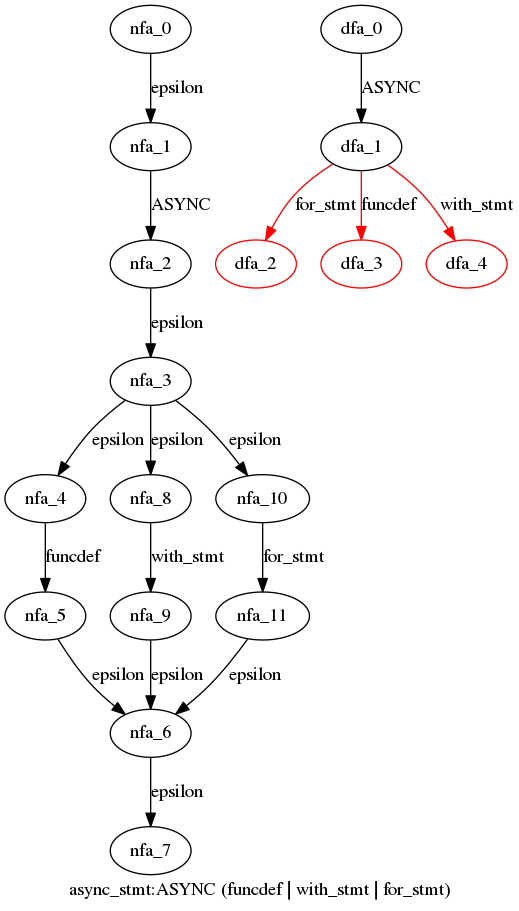
Before: cpython/grammar/handwrite/nfa_dfas/40.async_stmt.dot.png, a diagram exported from Graphviz (WinChua/blog). Its source is kept beside it as cpython/grammar/handwrite/nfa_dfas/40.async_stmt.dot. Its diagram source:
```dot
digraph async_stmt {
 graph[label="async_stmt:ASYNC (funcdef | with_stmt | for_stmt)"]
 subgraph async_stmt_nfa {
  nfa_0->nfa_1[label="epsilon"]
  nfa_1->nfa_2[label="ASYNC"]
  nfa_2->nfa_3[label="epsilon"]
  nfa_3->nfa_4[label="epsilon"]
  nfa_4->nfa_5[label="funcdef"]
  nfa_5->nfa_6[label="epsilon"]
  nfa_6->nfa_7[label="epsilon"]
  nfa_3->nfa_8[label="epsilon"]
  nfa_8->nfa_9[label="with_stmt"]
  nfa_9->nfa_6[label="epsilon"]
  nfa_3->nfa_10[label="epsilon"]
  nfa_10->nfa_11[label="for_stmt"]
  nfa_11->nfa_6[label="epsilon"]
  }
 subgraph async_stmt_dfa {
  dfa_0->dfa_1[label="ASYNC"]
  dfa_1->dfa_2[label="for_stmt",color=red]
  dfa_1->dfa_3[label="funcdef",color=red]
  dfa_1->dfa_4[label="with_stmt",color=red]
  dfa_2[color=red]
  dfa_3[color=red]
  dfa_4[color=red]
  }
}
```
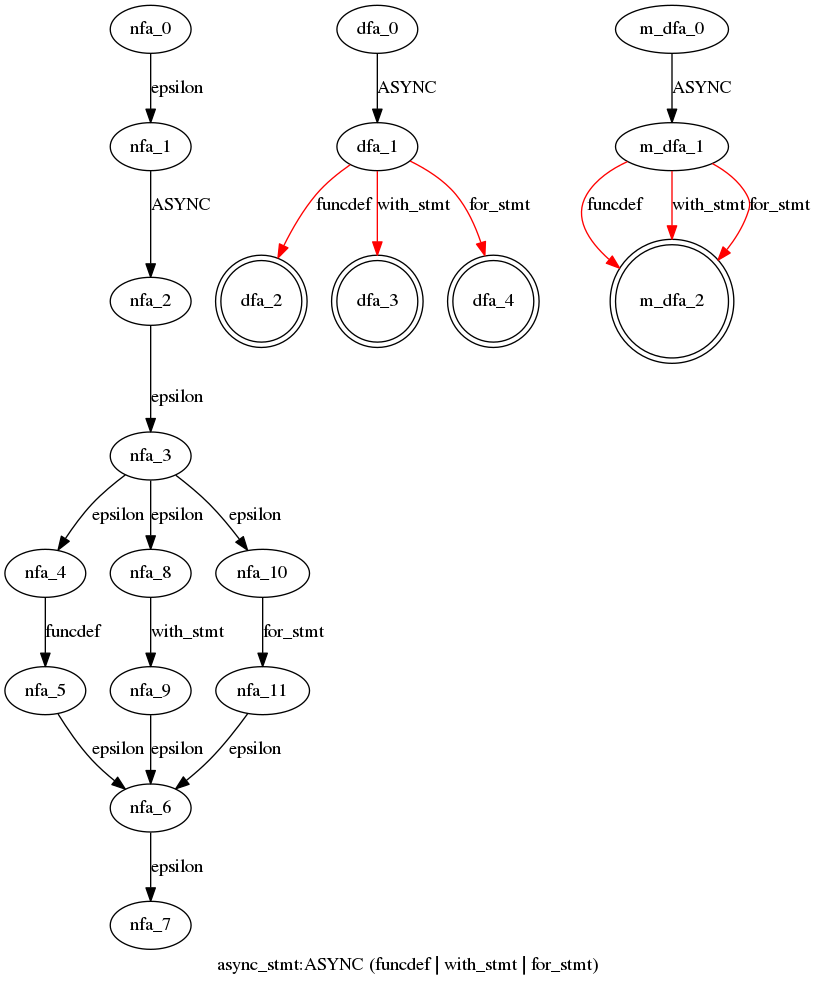
After the change.

Change to the diagram source:
```diff
@@ -17,11 +17,18 @@
   }
  subgraph async_stmt_dfa {
   dfa_0->dfa_1[label="ASYNC"]
-  dfa_1->dfa_2[label="for_stmt",color=red]
-  dfa_1->dfa_3[label="funcdef",color=red]
-  dfa_1->dfa_4[label="with_stmt",color=red]
-  dfa_2[color=red]
-  dfa_3[color=red]
-  dfa_4[color=red]
+  dfa_1->dfa_2[label="funcdef",color=red]
+  dfa_1->dfa_3[label="with_stmt",color=red]
+  dfa_1->dfa_4[label="for_stmt",color=red]
+  dfa_2[shape=doublecircle]
+  dfa_3[shape=doublecircle]
+  dfa_4[shape=doublecircle]
+  }
+ subgraph async_stmt_m_dfa {
+  m_dfa_0->m_dfa_1[label="ASYNC"]
+  m_dfa_1->m_dfa_2[label="funcdef",color=red]
+  m_dfa_1->m_dfa_2[label="with_stmt",color=red]
+  m_dfa_1->m_dfa_2[label="for_stmt",color=red]
+  m_dfa_2[shape=doublecircle]
   }
 }
```
